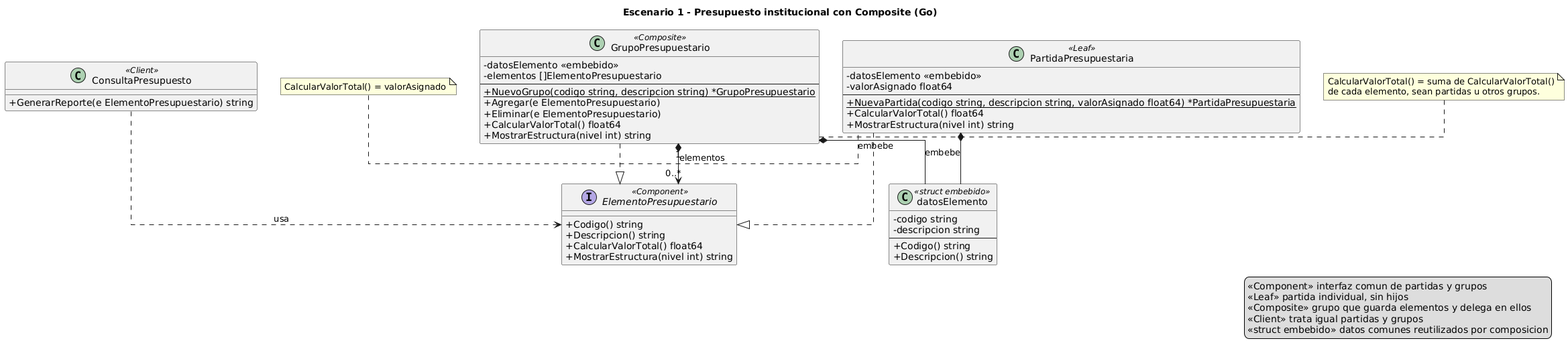
ups-master/pds-actividad-02-grupo-01 keeps this PlantUML diagram as escenario-1-presupuesto-composite-go/uml/compositeE1_go.png. Above is the earlier version. Source of this version:
```plantuml
@startuml
title Escenario 1 - Presupuesto institucional con Composite (Go)

skinparam classAttributeIconSize 0
skinparam linetype ortho


interface ElementoPresupuestario <<Component>> {
    + Codigo() string
    + Descripcion() string
    + CalcularValorTotal() float64
    + MostrarEstructura(nivel int) string
}

class datosElemento <<struct embebido>> {
    - codigo string
    - descripcion string
    --
    + Codigo() string
    + Descripcion() string
}

class PartidaPresupuestaria <<Leaf>> {
    - datosElemento <<embebido>>
    - valorAsignado float64
    --
    + {static} NuevaPartida(codigo string, descripcion string, valorAsignado float64) *PartidaPresupuestaria
    + CalcularValorTotal() float64
    + MostrarEstructura(nivel int) string
}

class GrupoPresupuestario <<Composite>> {
    - datosElemento <<embebido>>
    - elementos []ElementoPresupuestario
    --
    + {static} NuevoGrupo(codigo string, descripcion string) *GrupoPresupuestario
    + Agregar(e ElementoPresupuestario)
    + Eliminar(e ElementoPresupuestario)
    + CalcularValorTotal() float64
    + MostrarEstructura(nivel int) string
}

class ConsultaPresupuesto <<Client>> {
    + GenerarReporte(e ElementoPresupuestario) string
}

PartidaPresupuestaria ..|> ElementoPresupuestario
GrupoPresupuestario ..|> ElementoPresupuestario

PartidaPresupuestaria *-- datosElemento : embebe
GrupoPresupuestario *-- datosElemento : embebe

GrupoPresupuestario "1" *--> "0..*" ElementoPresupuestario : elementos

ConsultaPresupuesto ..> ElementoPresupuestario : usa

note right of GrupoPresupuestario
  CalcularValorTotal() = suma de CalcularValorTotal()
  de cada elemento, sean partidas u otros grupos.
end note

note left of PartidaPresupuestaria
  CalcularValorTotal() = valorAsignado
end note

legend right
  <<Component>> interfaz comun de partidas y grupos
  <<Leaf>> partida individual, sin hijos
  <<Composite>> grupo que guarda elementos y delega en ellos
  <<Client>> trata igual partidas y grupos
  <<struct embebido>> datos comunes reutilizados por composicion
endlegend

@enduml
```
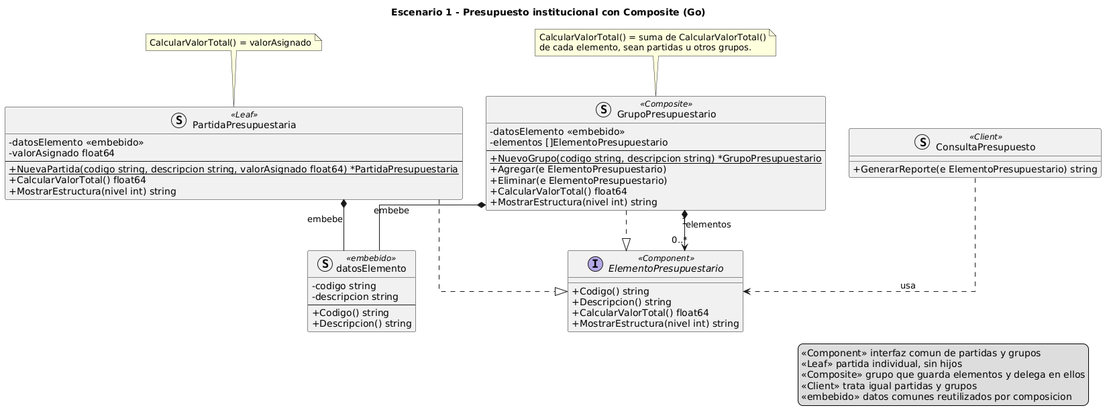
Later version of the same file.

What changed in the source:
```diff
@@ -12,7 +12,7 @@
     + MostrarEstructura(nivel int) string
 }
 
-class datosElemento <<struct embebido>> {
+struct datosElemento <<embebido>> {
     - codigo string
     - descripcion string
     --
@@ -20,7 +20,7 @@
     + Descripcion() string
 }
 
-class PartidaPresupuestaria <<Leaf>> {
+struct PartidaPresupuestaria <<Leaf>> {
     - datosElemento <<embebido>>
     - valorAsignado float64
     --
@@ -29,7 +29,7 @@
     + MostrarEstructura(nivel int) string
 }
 
-class GrupoPresupuestario <<Composite>> {
+struct GrupoPresupuestario <<Composite>> {
     - datosElemento <<embebido>>
     - elementos []ElementoPresupuestario
     --
@@ -40,7 +40,7 @@
     + MostrarEstructura(nivel int) string
 }
 
-class ConsultaPresupuesto <<Client>> {
+struct ConsultaPresupuesto <<Client>> {
     + GenerarReporte(e ElementoPresupuestario) string
 }
 
@@ -54,12 +54,12 @@
 
 ConsultaPresupuesto ..> ElementoPresupuestario : usa
 
-note right of GrupoPresupuestario
+note top of GrupoPresupuestario
   CalcularValorTotal() = suma de CalcularValorTotal()
   de cada elemento, sean partidas u otros grupos.
 end note
 
-note left of PartidaPresupuestaria
+note top of PartidaPresupuestaria
   CalcularValorTotal() = valorAsignado
 end note
 
@@ -68,7 +68,7 @@
   <<Leaf>> partida individual, sin hijos
   <<Composite>> grupo que guarda elementos y delega en ellos
   <<Client>> trata igual partidas y grupos
-  <<struct embebido>> datos comunes reutilizados por composicion
+  <<embebido>> datos comunes reutilizados por composicion
 endlegend
 
 @enduml
```
